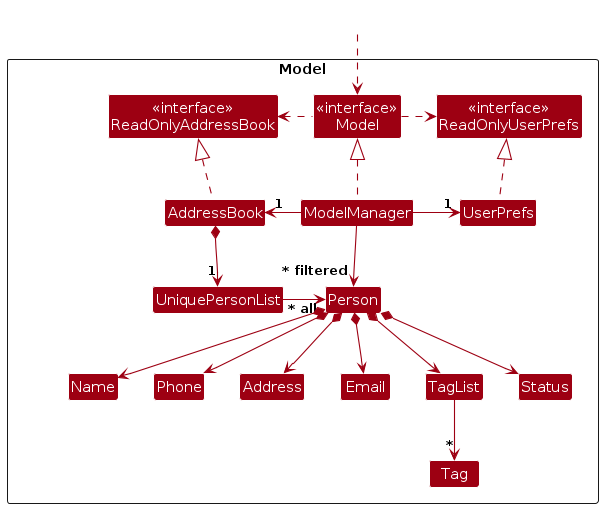
Before: diagrams/ModelClassDiagram.png, a diagram exported from PlantUML (AY2526S2-CS2103T-T16-1/tp). Its source is kept beside it as diagrams/ModelClassDiagram.puml.
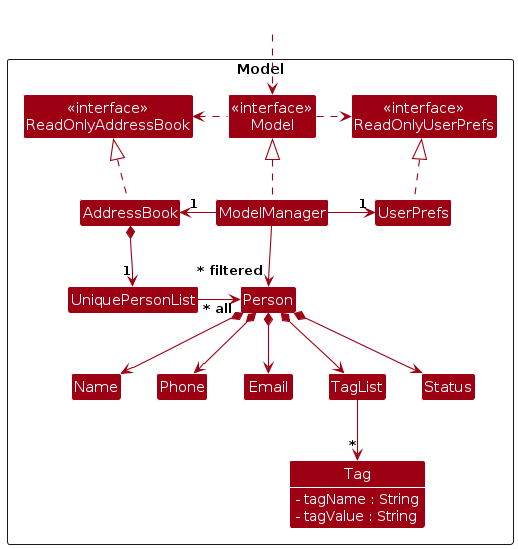
After the commit.

Diff of the diagram source:
```diff
@@ -4,7 +4,7 @@
 skinparam arrowColor MODEL_COLOR
 skinparam classBackgroundColor MODEL_COLOR
 
-Package Model as ModelPackage <<Rectangle>>{
+Package Model as ModelPackage <<Rectangle>> {
 Class "<<interface>>\nReadOnlyAddressBook" as ReadOnlyAddressBook
 Class "<<interface>>\nReadOnlyUserPrefs" as ReadOnlyUserPrefs
 Class "<<interface>>\nModel" as Model
@@ -14,16 +14,19 @@
 
 Class UniquePersonList
 Class Person
-Class Address
 Class Email
 Class Name
 Class Phone
 Class TagList
-Class Tag
+Class Tag {
+    <color:white>- tagName : String</color>
+    <color:white>- tagValue : String</color>
+}
 Class Status
 
-Class I #FFFFFF
 }
+
+show Tag attributes
 
 Class HiddenOutside #FFFFFF
 HiddenOutside ..> Model
@@ -42,7 +45,6 @@
 Person *--> Name
 Person *--> Phone
 Person *--> Email
-Person *--> Address
 Person *--> TagList
 Person *--> Status
 
@@ -50,8 +52,6 @@
 
 
 Name -[hidden]right-> Phone
-Phone -[hidden]right-> Address
-Address -[hidden]right-> Email
 
 ModelManager --> "~* filtered" Person
 @enduml
```
